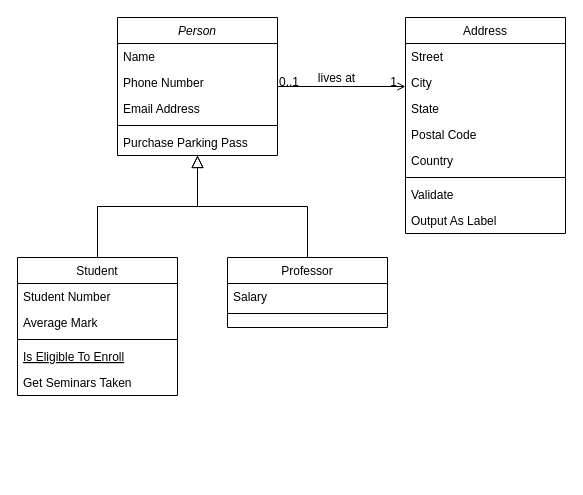
jhordannfree/proyectoAlgo2 keeps this draw.io diagram as ProjectAlgo2.drawio. Above is the earlier version. Source tidied: cells renumbered, new cells numbered last; positions are measured from the earlier drawing's top-left corner, leaving out a move shared by most shapes. Both pictures are drawn from the tidied source at 100%, with x=0, y=0 at pixel (17, 17).
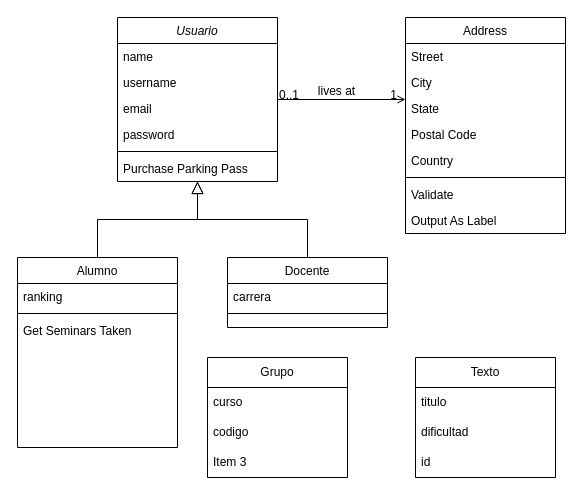
After the change.

The edit, as a diff of the source:
```diff
@@
-    <mxCell id="2" value="Person" style="swimlane;fontStyle=2;align=center;verticalAlign=top;horizontal=1;startSize=26;rounded=0;shadow=0;strokeWidth=1;" parent="1" vertex="1">
-      <mxGeometry x="100" width="160" height="138" as="geometry" />
+    <mxCell id="2" value="Usuario" style="swimlane;fontStyle=2;align=center;verticalAlign=top;horizontal=1;startSize=26;rounded=0;shadow=0;strokeWidth=1;" parent="1" vertex="1">
+      <mxGeometry x="100" width="160" height="164" as="geometry" />
     </mxCell>
-    <mxCell id="3" value="Name" style="text;align=left;verticalAlign=top;spacingLeft=4;spacingRight=4;overflow=hidden;" parent="2" vertex="1">
-      <mxGeometry y="26" width="160" height="26" as="geometry" />
-    </mxCell>
+    <mxCell id="32" value="name" style="text;align=left;verticalAlign=top;spacingLeft=4;spacingRight=4;overflow=hidden;" parent="2" vertex="1">
+      <mxGeometry y="26" width="160" height="26" as="geometry" />
+    </mxCell>
-    <mxCell id="4" value="Phone Number" style="text;align=left;verticalAlign=top;spacingLeft=4;spacingRight=4;overflow=hidden;rounded=0;shadow=0;html=0;" parent="2" vertex="1">
+    <mxCell id="4" value="username" style="text;align=left;verticalAlign=top;spacingLeft=4;spacingRight=4;overflow=hidden;rounded=0;shadow=0;html=0;" parent="2" vertex="1">
       <mxGeometry y="52" width="160" height="26" as="geometry" />
     </mxCell>
-    <mxCell id="5" value="Email Address" style="text;align=left;verticalAlign=top;spacingLeft=4;spacingRight=4;overflow=hidden;rounded=0;shadow=0;html=0;" parent="2" vertex="1">
+    <mxCell id="5" value="email" style="text;align=left;verticalAlign=top;spacingLeft=4;spacingRight=4;overflow=hidden;rounded=0;shadow=0;html=0;" parent="2" vertex="1">
       <mxGeometry y="78" width="160" height="26" as="geometry" />
     </mxCell>
+    <mxCell id="33" value="password" style="text;align=left;verticalAlign=top;spacingLeft=4;spacingRight=4;overflow=hidden;rounded=0;shadow=0;html=0;" parent="2" vertex="1">
+      <mxGeometry y="104" width="160" height="26" as="geometry" />
+    </mxCell>
     <mxCell id="6" style="line;html=1;strokeWidth=1;align=left;verticalAlign=middle;spacingTop=-1;spacingLeft=3;spacingRight=3;labelPosition=right;" parent="2" vertex="1">
-      <mxGeometry y="104" width="160" height="8" as="geometry" />
+      <mxGeometry y="130" width="160" height="8" as="geometry" />
     </mxCell>
     <mxCell id="7" value="Purchase Parking Pass" style="text;align=left;verticalAlign=top;spacingLeft=4;spacingRight=4;overflow=hidden;" parent="2" vertex="1">
-      <mxGeometry y="112" width="160" height="26" as="geometry" />
+      <mxGeometry y="138" width="160" height="26" as="geometry" />
     </mxCell>
-    <mxCell id="8" value="Student" style="swimlane;fontStyle=0;align=center;verticalAlign=top;horizontal=1;startSize=26;rounded=0;shadow=0;strokeWidth=1;" parent="1" vertex="1">
-      <mxGeometry y="240" width="160" height="138" as="geometry" />
+    <mxCell id="8" value="Alumno" style="swimlane;fontStyle=0;align=center;verticalAlign=top;horizontal=1;startSize=26;rounded=0;shadow=0;strokeWidth=1;" parent="1" vertex="1">
+      <mxGeometry y="240" width="160" height="190" as="geometry" />
     </mxCell>
-    <mxCell id="9" value="Student Number" style="text;align=left;verticalAlign=top;spacingLeft=4;spacingRight=4;overflow=hidden;" parent="8" vertex="1">
-      <mxGeometry y="26" width="160" height="26" as="geometry" />
-    </mxCell>
-    <mxCell id="10" value="Average Mark" style="text;align=left;verticalAlign=top;spacingLeft=4;spacingRight=4;overflow=hidden;rounded=0;shadow=0;html=0;" parent="8" vertex="1">
-      <mxGeometry y="52" width="160" height="26" as="geometry" />
-    </mxCell>
+    <mxCell id="34" value="ranking" style="text;align=left;verticalAlign=top;spacingLeft=4;spacingRight=4;overflow=hidden;rounded=0;shadow=0;html=0;" parent="8" vertex="1">
+      <mxGeometry y="26" width="160" height="26" as="geometry" />
+    </mxCell>
     <mxCell id="11" style="line;html=1;strokeWidth=1;align=left;verticalAlign=middle;spacingTop=-1;spacingLeft=3;spacingRight=3;labelPosition=right;" parent="8" vertex="1">
-      <mxGeometry y="78" width="160" height="8" as="geometry" />
+      <mxGeometry y="52" width="160" height="8" as="geometry" />
     </mxCell>
-    <mxCell id="12" value="Is Eligible To Enroll" style="text;align=left;verticalAlign=top;spacingLeft=4;spacingRight=4;overflow=hidden;fontStyle=4;" parent="8" vertex="1">
-      <mxGeometry y="86" width="160" height="26" as="geometry" />
-    </mxCell>
     <mxCell id="13" value="Get Seminars Taken" style="text;align=left;verticalAlign=top;spacingLeft=4;spacingRight=4;overflow=hidden;" parent="8" vertex="1">
-      <mxGeometry y="112" width="160" height="26" as="geometry" />
+      <mxGeometry y="60" width="160" height="26" as="geometry" />
     </mxCell>
@@
-    <mxCell id="15" value="Professor" style="swimlane;fontStyle=0;align=center;verticalAlign=top;horizontal=1;startSize=26;rounded=0;shadow=0;strokeWidth=1;" parent="1" vertex="1">
+    <mxCell id="15" value="Docente" style="swimlane;fontStyle=0;align=center;verticalAlign=top;horizontal=1;startSize=26;rounded=0;shadow=0;strokeWidth=1;" parent="1" vertex="1">
       <mxGeometry x="210" y="240" width="160" height="70" as="geometry" />
     </mxCell>
-    <mxCell id="16" value="Salary" style="text;align=left;verticalAlign=top;spacingLeft=4;spacingRight=4;overflow=hidden;" parent="15" vertex="1">
+    <mxCell id="16" value="carrera" style="text;align=left;verticalAlign=top;spacingLeft=4;spacingRight=4;overflow=hidden;" parent="15" vertex="1">
       <mxGeometry y="26" width="160" height="26" as="geometry" />
     </mxCell>
@@
+    <mxCell id="35" value="Grupo" style="swimlane;fontStyle=0;horizontal=1;startSize=30;whiteSpace=wrap;html=1;" parent="1" vertex="1">
+      <mxGeometry x="190" y="340" width="140" height="120" as="geometry" />
+    </mxCell>
+    <mxCell id="36" value="curso" style="text;strokeColor=none;fillColor=none;align=left;verticalAlign=middle;spacingLeft=4;spacingRight=4;overflow=hidden;whiteSpace=wrap;html=1;" parent="35" vertex="1">
+      <mxGeometry y="30" width="140" height="30" as="geometry" />
+    </mxCell>
+    <mxCell id="37" value="codigo" style="text;strokeColor=none;fillColor=none;align=left;verticalAlign=middle;spacingLeft=4;spacingRight=4;overflow=hidden;whiteSpace=wrap;html=1;" parent="35" vertex="1">
+      <mxGeometry y="60" width="140" height="30" as="geometry" />
+    </mxCell>
+    <mxCell id="38" value="Item 3" style="text;strokeColor=none;fillColor=none;align=left;verticalAlign=middle;spacingLeft=4;spacingRight=4;overflow=hidden;whiteSpace=wrap;html=1;" parent="35" vertex="1">
+      <mxGeometry y="90" width="140" height="30" as="geometry" />
+    </mxCell>
+    <mxCell id="39" value="Texto" style="swimlane;fontStyle=0;horizontal=1;startSize=30;whiteSpace=wrap;html=1;" parent="1" vertex="1">
+      <mxGeometry x="398" y="340" width="140" height="120" as="geometry" />
+    </mxCell>
+    <mxCell id="40" value="titulo" style="text;strokeColor=none;fillColor=none;align=left;verticalAlign=middle;spacingLeft=4;spacingRight=4;overflow=hidden;whiteSpace=wrap;html=1;" parent="39" vertex="1">
+      <mxGeometry y="30" width="140" height="30" as="geometry" />
+    </mxCell>
+    <mxCell id="41" value="dificultad" style="text;strokeColor=none;fillColor=none;align=left;verticalAlign=middle;spacingLeft=4;spacingRight=4;overflow=hidden;whiteSpace=wrap;html=1;" parent="39" vertex="1">
+      <mxGeometry y="60" width="140" height="30" as="geometry" />
+    </mxCell>
+    <mxCell id="42" value="id" style="text;strokeColor=none;fillColor=none;align=left;verticalAlign=middle;spacingLeft=4;spacingRight=4;overflow=hidden;whiteSpace=wrap;html=1;" parent="39" vertex="1">
+      <mxGeometry y="90" width="140" height="30" as="geometry" />
+    </mxCell>
```
